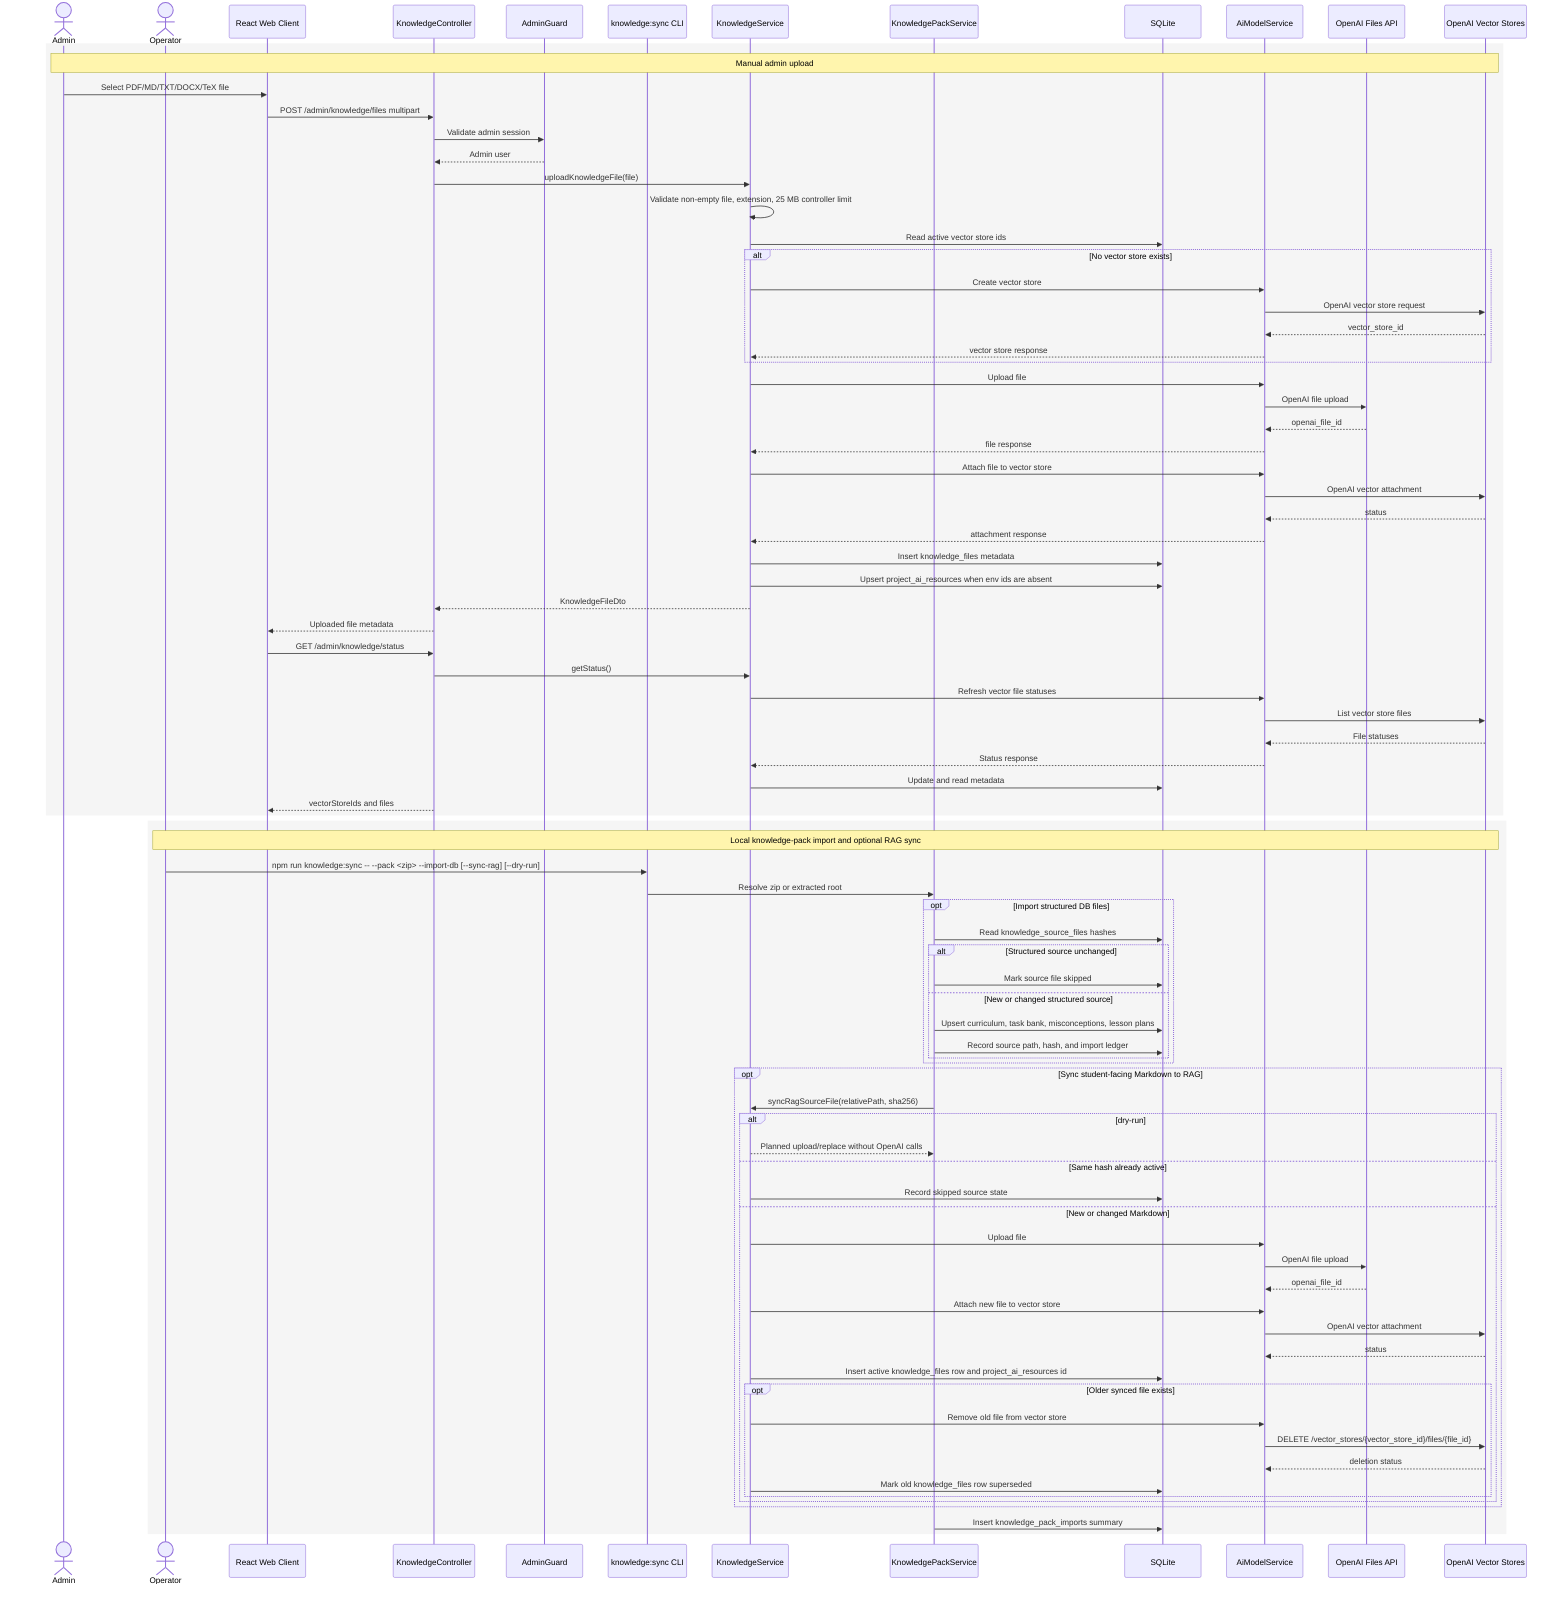
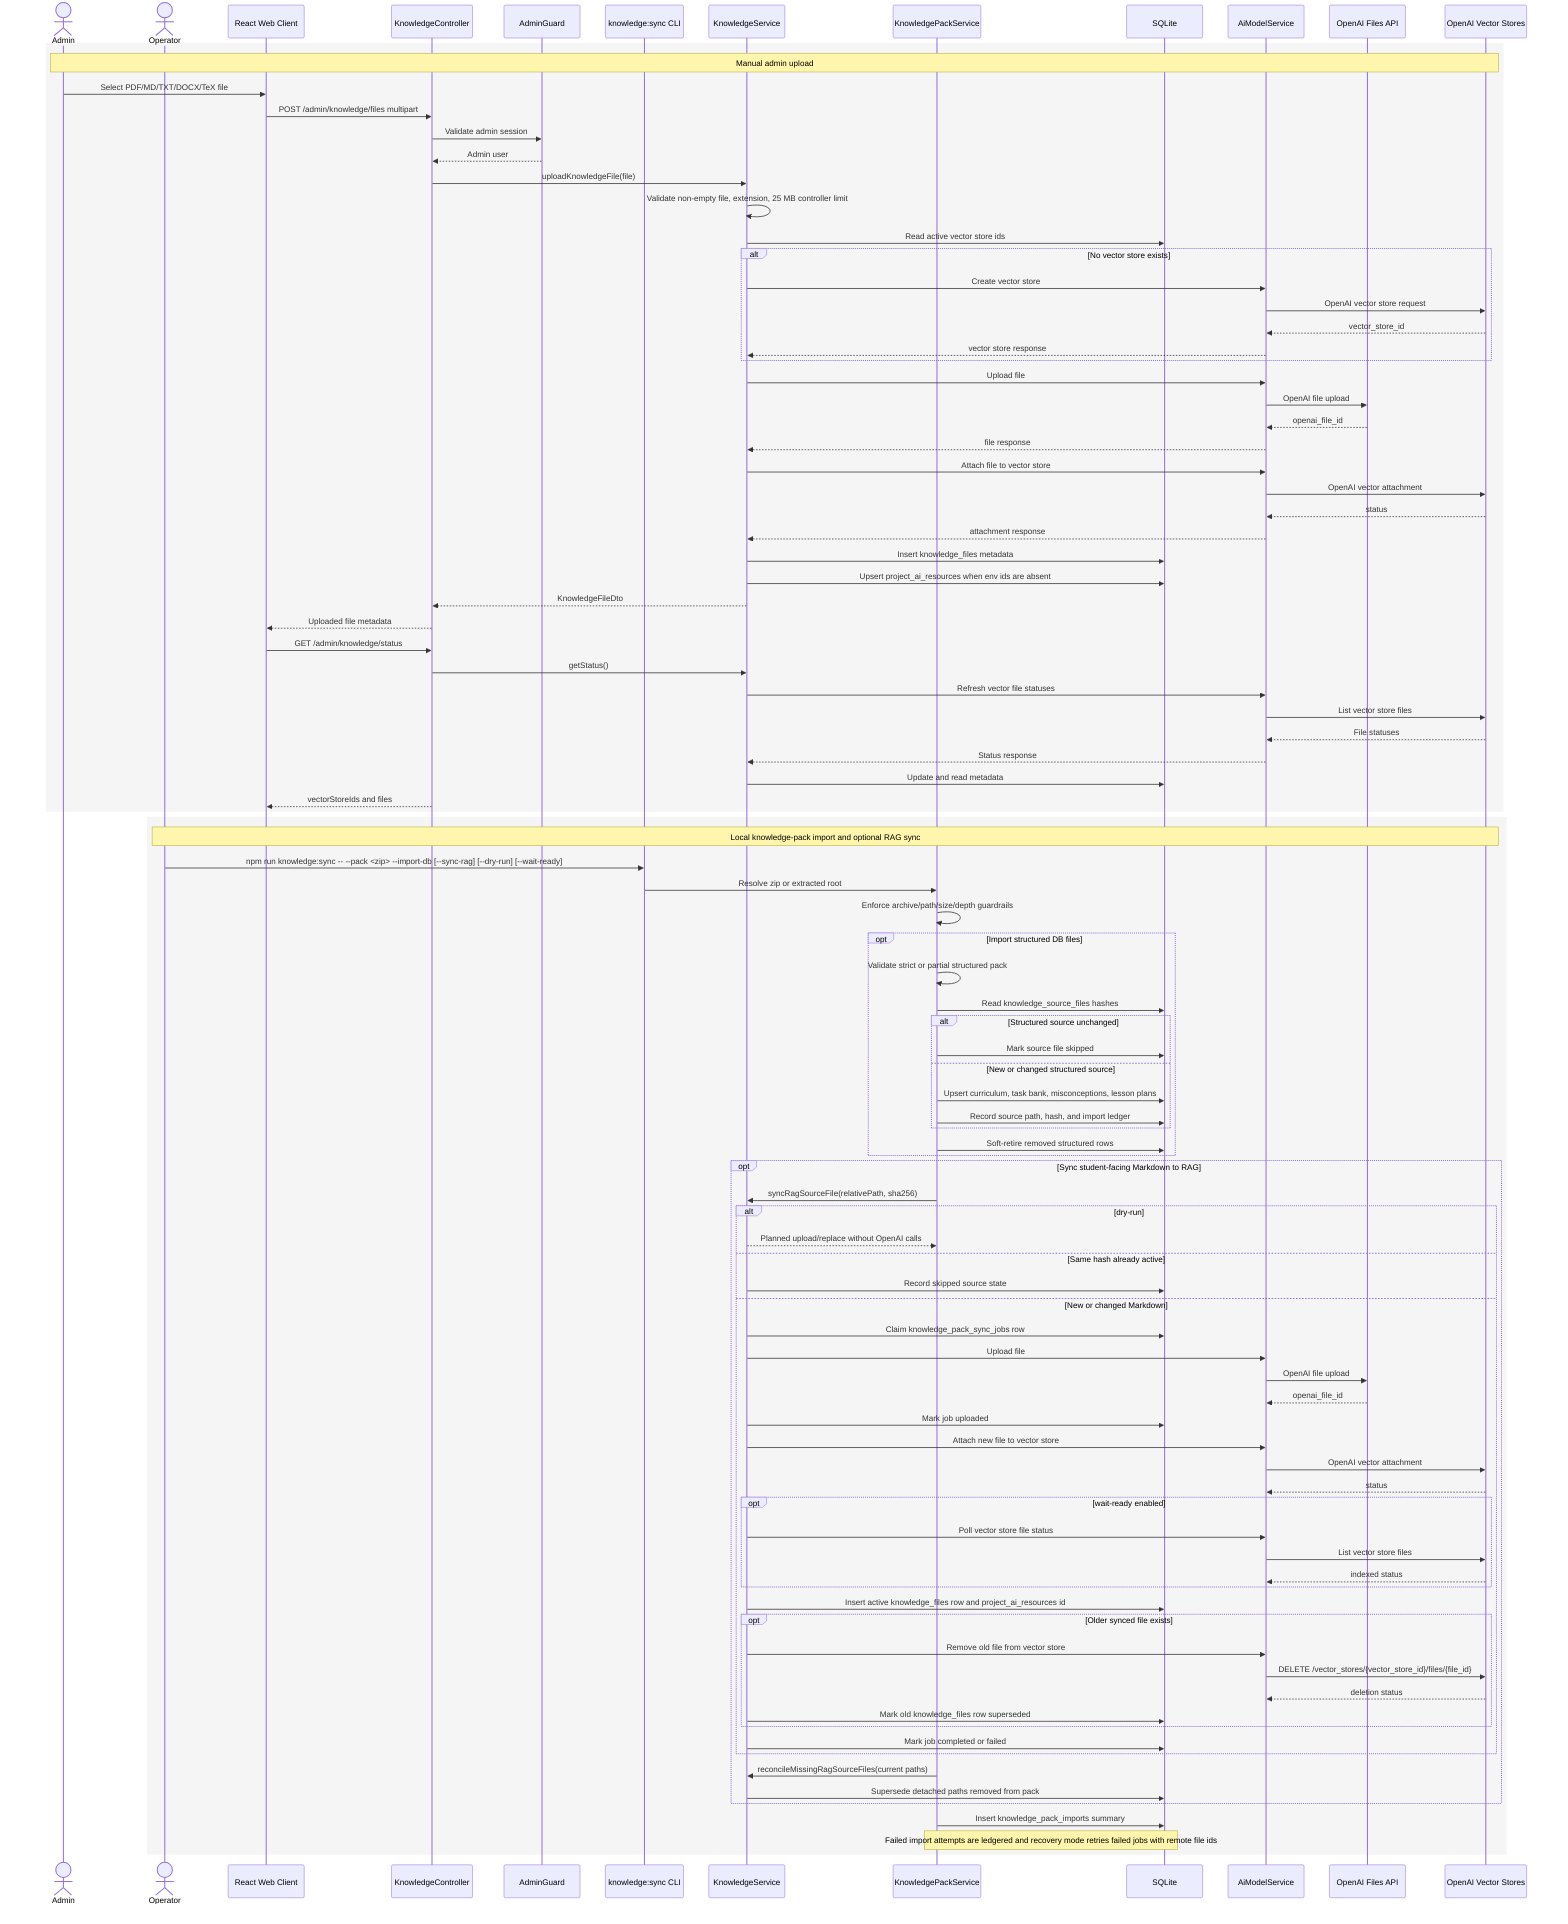
sequenceDiagram
  actor Admin
  actor Operator
  participant Web as React Web Client
  participant API as KnowledgeController
  participant Guard as AdminGuard
  participant CLI as knowledge:sync CLI
  participant Knowledge as KnowledgeService
  participant Pack as KnowledgePackService
  participant DB as SQLite
  participant AIModel as AiModelService
  participant Files as OpenAI Files API
  participant Vectors as OpenAI Vector Stores

  rect rgb(245,245,245)
  Note over Admin,Vectors: Manual admin upload
  Admin->>Web: Select PDF/MD/TXT/DOCX/TeX file
  Web->>API: POST /admin/knowledge/files multipart
  API->>Guard: Validate admin session
  Guard-->>API: Admin user
  API->>Knowledge: uploadKnowledgeFile(file)
  Knowledge->>Knowledge: Validate non-empty file, extension, 25 MB controller limit
  Knowledge->>DB: Read active vector store ids
  alt No vector store exists
    Knowledge->>AIModel: Create vector store
    AIModel->>Vectors: OpenAI vector store request
    Vectors-->>AIModel: vector_store_id
    AIModel-->>Knowledge: vector store response
  end
  Knowledge->>AIModel: Upload file
  AIModel->>Files: OpenAI file upload
  Files-->>AIModel: openai_file_id
  AIModel-->>Knowledge: file response
  Knowledge->>AIModel: Attach file to vector store
  AIModel->>Vectors: OpenAI vector attachment
  Vectors-->>AIModel: status
  AIModel-->>Knowledge: attachment response
  Knowledge->>DB: Insert knowledge_files metadata
  Knowledge->>DB: Upsert project_ai_resources when env ids are absent
  Knowledge-->>API: KnowledgeFileDto
  API-->>Web: Uploaded file metadata
  Web->>API: GET /admin/knowledge/status
  API->>Knowledge: getStatus()
  Knowledge->>AIModel: Refresh vector file statuses
  AIModel->>Vectors: List vector store files
  Vectors-->>AIModel: File statuses
  AIModel-->>Knowledge: Status response
  Knowledge->>DB: Update and read metadata
  API-->>Web: vectorStoreIds and files
  end

  rect rgb(245,245,245)
  Note over Operator,Vectors: Local knowledge-pack import and optional RAG sync
-   Operator->>CLI: npm run knowledge:sync -- --pack <zip> --import-db [--sync-rag] [--dry-run]
+   Operator->>CLI: npm run knowledge:sync -- --pack <zip> --import-db [--sync-rag] [--dry-run] [--wait-ready]
  CLI->>Pack: Resolve zip or extracted root
+   Pack->>Pack: Enforce archive/path/size/depth guardrails
  opt Import structured DB files
+     Pack->>Pack: Validate strict or partial structured pack
    Pack->>DB: Read knowledge_source_files hashes
    alt Structured source unchanged
      Pack->>DB: Mark source file skipped
    else New or changed structured source
      Pack->>DB: Upsert curriculum, task bank, misconceptions, lesson plans
      Pack->>DB: Record source path, hash, and import ledger
    end
+     Pack->>DB: Soft-retire removed structured rows
  end
  opt Sync student-facing Markdown to RAG
    Pack->>Knowledge: syncRagSourceFile(relativePath, sha256)
    alt dry-run
      Knowledge-->>Pack: Planned upload/replace without OpenAI calls
    else Same hash already active
      Knowledge->>DB: Record skipped source state
    else New or changed Markdown
+       Knowledge->>DB: Claim knowledge_pack_sync_jobs row
      Knowledge->>AIModel: Upload file
      AIModel->>Files: OpenAI file upload
      Files-->>AIModel: openai_file_id
+       Knowledge->>DB: Mark job uploaded
      Knowledge->>AIModel: Attach new file to vector store
      AIModel->>Vectors: OpenAI vector attachment
      Vectors-->>AIModel: status
+       opt wait-ready enabled
+         Knowledge->>AIModel: Poll vector store file status
+         AIModel->>Vectors: List vector store files
+         Vectors-->>AIModel: indexed status
+       end
      Knowledge->>DB: Insert active knowledge_files row and project_ai_resources id
      opt Older synced file exists
        Knowledge->>AIModel: Remove old file from vector store
        AIModel->>Vectors: DELETE /vector_stores/{vector_store_id}/files/{file_id}
        Vectors-->>AIModel: deletion status
        Knowledge->>DB: Mark old knowledge_files row superseded
      end
+       Knowledge->>DB: Mark job completed or failed
    end
+     Pack->>Knowledge: reconcileMissingRagSourceFiles(current paths)
+     Knowledge->>DB: Supersede detached paths removed from pack
  end
  Pack->>DB: Insert knowledge_pack_imports summary
+   Note over Pack,DB: Failed import attempts are ledgered and recovery mode retries failed jobs with remote file ids
  end
